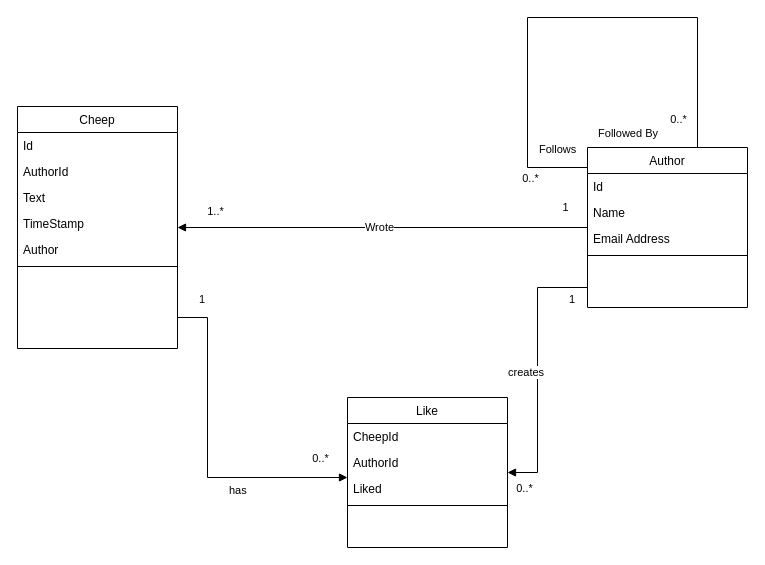
The draw.io diagram docs/diagrams/ChirpDomain.drawio in ITU-BDSA23-GROUP21/Chirp, before the edit. Source tidied: cells renumbered, new cells numbered last; positions are measured from the earlier drawing's top-left corner, leaving out a move shared by most shapes. Both pictures are drawn from the tidied source at 100%, with x=0, y=0 at pixel (17, 17).
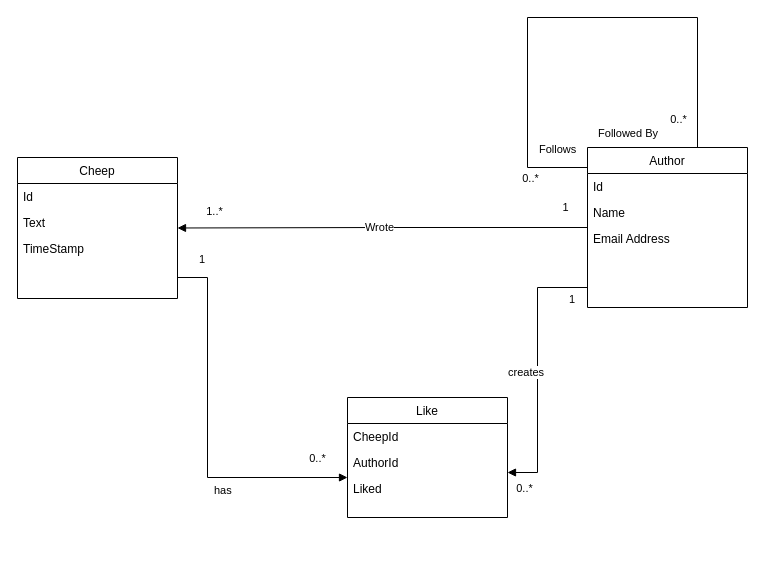
The same page after the edit.

Commit message (it also covers changes not shown here):
update domain diagram

Unchanged cells that the change refers to:
```xml
<mxCell id="18" value="Author" style="swimlane;fontStyle=0;align=center;verticalAlign=top;horizontal=1;startSize=26;rounded=0;shadow=0;strokeWidth=1;" parent="1" vertex="1">
  <mxGeometry x="570" y="130" width="160" height="160" as="geometry" />
</mxCell>
```

Diff of the diagram source:
```diff
@@
     <mxCell id="2" value="Cheep" style="swimlane;fontStyle=0;align=center;verticalAlign=top;horizontal=1;startSize=26;rounded=0;shadow=0;strokeWidth=1;" parent="1" vertex="1">
-      <mxGeometry y="89" width="160" height="242" as="geometry" />
+      <mxGeometry y="140" width="160" height="141" as="geometry" />
     </mxCell>
@@
-    <mxCell id="4" value="AuthorId" style="text;align=left;verticalAlign=top;spacingLeft=4;spacingRight=4;overflow=hidden;rounded=0;shadow=0;html=0;" parent="2" vertex="1">
-      <mxGeometry y="52" width="160" height="26" as="geometry" />
-    </mxCell>
     <mxCell id="5" value="Text" style="text;align=left;verticalAlign=top;spacingLeft=4;spacingRight=4;overflow=hidden;rounded=0;shadow=0;html=0;" parent="2" vertex="1">
-      <mxGeometry y="78" width="160" height="26" as="geometry" />
+      <mxGeometry y="52" width="160" height="26" as="geometry" />
     </mxCell>
     <mxCell id="6" value="TimeStamp" style="text;align=left;verticalAlign=top;spacingLeft=4;spacingRight=4;overflow=hidden;rounded=0;shadow=0;html=0;" parent="2" vertex="1">
-      <mxGeometry y="104" width="160" height="26" as="geometry" />
+      <mxGeometry y="78" width="160" height="26" as="geometry" />
     </mxCell>
-    <mxCell id="7" value="Author" style="text;align=left;verticalAlign=top;spacingLeft=4;spacingRight=4;overflow=hidden;" parent="2" vertex="1">
-      <mxGeometry y="130" width="160" height="26" as="geometry" />
-    </mxCell>
-    <mxCell id="8" style="line;html=1;strokeWidth=1;align=left;verticalAlign=middle;spacingTop=-1;spacingLeft=3;spacingRight=3;labelPosition=right;" parent="2" vertex="1">
-      <mxGeometry y="156" width="160" height="8" as="geometry" />
-    </mxCell>
     <mxCell id="9" value="Like" style="swimlane;fontStyle=0;align=center;verticalAlign=top;horizontal=1;startSize=26;rounded=0;shadow=0;strokeWidth=1;" parent="1" vertex="1">
-      <mxGeometry x="330" y="380" width="160" height="150" as="geometry" />
+      <mxGeometry x="330" y="380" width="160" height="120" as="geometry" />
     </mxCell>
@@
-    <mxCell id="13" style="line;html=1;strokeWidth=1;align=left;verticalAlign=middle;spacingTop=-1;spacingLeft=3;spacingRight=3;labelPosition=right;" parent="9" vertex="1">
-      <mxGeometry y="104" width="160" height="8" as="geometry" />
-    </mxCell>
@@
-    <mxCell id="22" style="line;html=1;strokeWidth=1;align=left;verticalAlign=middle;spacingTop=-1;spacingLeft=3;spacingRight=3;labelPosition=right;" parent="18" vertex="1">
-      <mxGeometry y="104" width="160" height="8" as="geometry" />
-    </mxCell>
@@
-    <mxCell id="31" value="has" style="endArrow=block;endFill=1;html=1;edgeStyle=orthogonalEdgeStyle;align=left;verticalAlign=top;rounded=0;" parent="1" edge="1" target="9">
+    <mxCell id="31" value="has" style="endArrow=block;endFill=1;html=1;edgeStyle=orthogonalEdgeStyle;align=left;verticalAlign=top;rounded=0;" parent="1" edge="1" source="2" target="9">
       <mxGeometry x="0.27" relative="1" as="geometry">
-        <mxPoint x="160" y="300" as="sourcePoint" />
         <Array as="points">
-          <mxPoint x="190" y="300" />
+          <mxPoint x="190" y="260" />
           <mxPoint x="190" y="460" />
         </Array>
       </mxGeometry>
     </mxCell>
```
